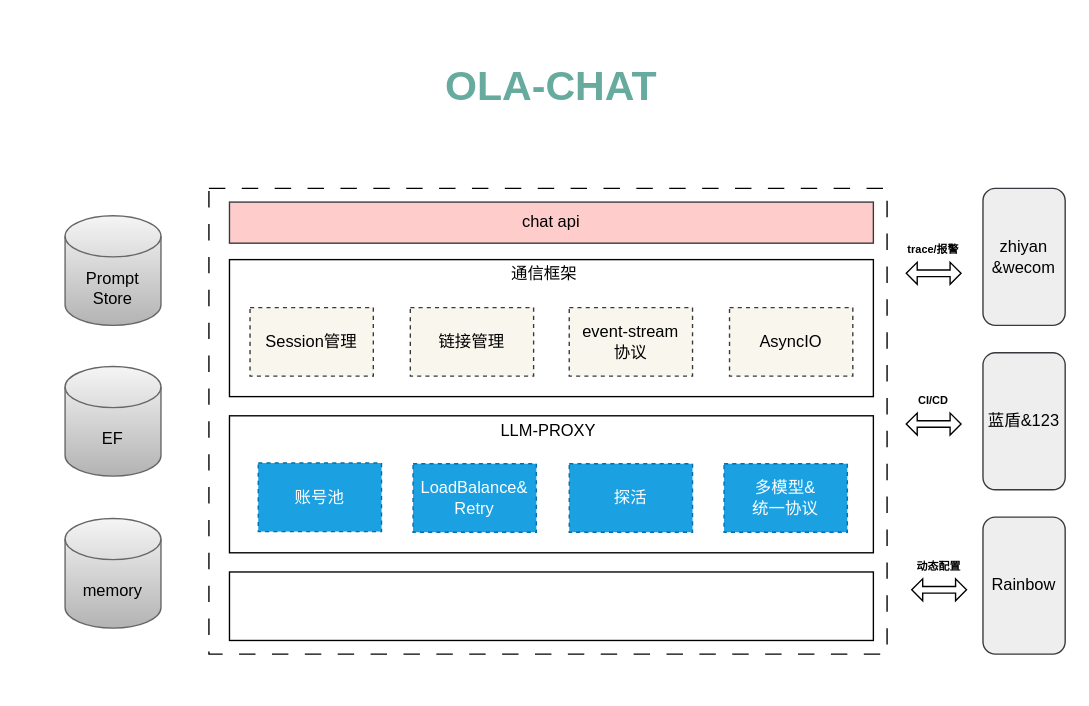
Above: ola_chat_infra.drawio in learn2Pro/draw_io_save (draw.io), before the change. Source tidied: cells renumbered, new cells numbered last; positions are measured from the earlier drawing's top-left corner, leaving out a move shared by most shapes. Both pictures are drawn from the tidied source at 137%, with x=0, y=0 at pixel (64, 23). Pictures stored in the file or linked from it are replaced by grey dashed boxes.
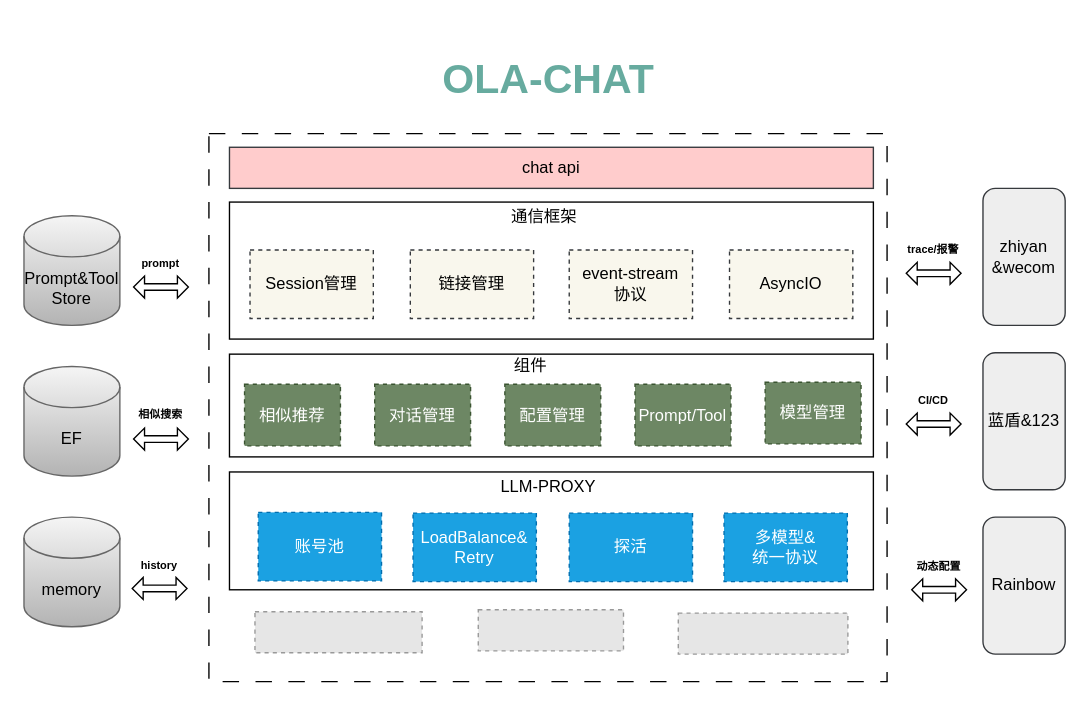
The same page after the edit.

The edit, as a diff of the source:
```diff
@@
     <mxCell id="2" style="rounded=0;whiteSpace=wrap;html=1;fillColor=none;dashed=1;dashPattern=12 12;" parent="1" vertex="1">
-      <mxGeometry x="105" y="120" width="495" height="340" as="geometry" />
+      <mxGeometry x="105" y="80" width="495" height="400" as="geometry" />
     </mxCell>
     <mxCell id="3" value="chat api" style="rounded=0;whiteSpace=wrap;html=1;fillColor=#ffcccc;strokeColor=#36393d;" parent="1" vertex="1">
-      <mxGeometry x="120" y="130" width="470" height="30" as="geometry" />
+      <mxGeometry x="120" y="90" width="470" height="30" as="geometry" />
     </mxCell>
     <mxCell id="4" value="&lt;b style=&quot;font-size: 30px;&quot;&gt;OLA-CHAT&lt;/b&gt;" style="text;html=1;strokeColor=none;fillColor=none;align=center;verticalAlign=middle;whiteSpace=wrap;rounded=0;fontSize=30;fontColor=#67AB9F;" parent="1" vertex="1">
-      <mxGeometry x="170" width="370" height="90" as="geometry" />
+      <mxGeometry x="167.5" y="10" width="370" height="60" as="geometry" />
     </mxCell>
@@
-    <mxCell id="7" style="rounded=0;whiteSpace=wrap;html=1;" parent="1" vertex="1">
-      <mxGeometry x="120" y="400" width="470" height="50" as="geometry" />
-    </mxCell>
     <mxCell id="8" value="memory" style="shape=cylinder3;whiteSpace=wrap;html=1;boundedLbl=1;backgroundOutline=1;size=15;fillColor=#f5f5f5;gradientColor=#b3b3b3;strokeColor=#666666;" parent="1" vertex="1">
-      <mxGeometry y="361" width="70" height="80" as="geometry" />
+      <mxGeometry x="-30" y="360" width="70" height="80" as="geometry" />
     </mxCell>
     <mxCell id="9" value="EF" style="shape=cylinder3;whiteSpace=wrap;html=1;boundedLbl=1;backgroundOutline=1;size=15;fillColor=#f5f5f5;gradientColor=#b3b3b3;strokeColor=#666666;" parent="1" vertex="1">
-      <mxGeometry y="250" width="70" height="80" as="geometry" />
+      <mxGeometry x="-30" y="250" width="70" height="80" as="geometry" />
     </mxCell>
-    <mxCell id="10" value="Prompt&lt;br&gt;Store" style="shape=cylinder3;whiteSpace=wrap;html=1;boundedLbl=1;backgroundOutline=1;size=15;fillColor=#f5f5f5;gradientColor=#b3b3b3;strokeColor=#666666;" parent="1" vertex="1">
-      <mxGeometry y="140" width="70" height="80" as="geometry" />
+    <mxCell id="10" value="Prompt&amp;amp;Tool&lt;br&gt;Store" style="shape=cylinder3;whiteSpace=wrap;html=1;boundedLbl=1;backgroundOutline=1;size=15;fillColor=#f5f5f5;gradientColor=#b3b3b3;strokeColor=#666666;" parent="1" vertex="1">
+      <mxGeometry x="-30" y="140" width="70" height="80" as="geometry" />
     </mxCell>
@@
     <mxCell id="23" style="group;" parent="1" vertex="1">
-      <mxGeometry x="120" y="172" width="470" height="100" as="geometry" />
+      <mxGeometry x="120" y="130" width="470" height="100" as="geometry" />
     </mxCell>
@@
     <mxCell id="30" style="group;" parent="1" vertex="1">
-      <mxGeometry x="120" y="282" width="470" height="104" as="geometry" />
+      <mxGeometry x="120" y="323" width="470" height="104" as="geometry" />
     </mxCell>
     <mxCell id="31" style="rounded=0;whiteSpace=wrap;html=1;" parent="30" vertex="1">
-      <mxGeometry y="4" width="470" height="100" as="geometry" />
+      <mxGeometry y="4" width="470" height="86" as="geometry" />
     </mxCell>
@@
     <mxCell id="33" value="账号池" style="rounded=0;whiteSpace=wrap;html=1;fillColor=#1ba1e2;strokeColor=#006EAF;dashed=1;fontColor=#ffffff;" parent="30" vertex="1">
-      <mxGeometry x="21" y="38.5" width="90" height="50" as="geometry" />
+      <mxGeometry x="21" y="33.5" width="90" height="50" as="geometry" />
     </mxCell>
     <mxCell id="34" value="LoadBalance&amp;amp;&lt;br&gt;Retry" style="rounded=0;whiteSpace=wrap;html=1;fillColor=#1ba1e2;strokeColor=#006EAF;dashed=1;fontColor=#ffffff;" parent="30" vertex="1">
-      <mxGeometry x="134" y="39" width="90" height="50" as="geometry" />
+      <mxGeometry x="134" y="34" width="90" height="50" as="geometry" />
     </mxCell>
     <mxCell id="35" value="探活" style="rounded=0;whiteSpace=wrap;html=1;fillColor=#1ba1e2;strokeColor=#006EAF;dashed=1;fontColor=#ffffff;" parent="30" vertex="1">
-      <mxGeometry x="248" y="39" width="90" height="50" as="geometry" />
+      <mxGeometry x="248" y="34" width="90" height="50" as="geometry" />
     </mxCell>
     <mxCell id="36" value="多模型&amp;amp;&lt;br&gt;统一协议" style="rounded=0;whiteSpace=wrap;html=1;fillColor=#1ba1e2;strokeColor=#006EAF;dashed=1;fontColor=#ffffff;" parent="30" vertex="1">
-      <mxGeometry x="361" y="39" width="90" height="50" as="geometry" />
+      <mxGeometry x="361" y="34" width="90" height="50" as="geometry" />
     </mxCell>
+    <mxCell id="37" style="group;" parent="1" vertex="1">
+      <mxGeometry x="40" y="160" width="60" height="40" as="geometry" />
+    </mxCell>
+    <mxCell id="38" value="&lt;b&gt;prompt&lt;/b&gt;" style="text;html=1;strokeColor=none;fillColor=none;align=center;verticalAlign=middle;whiteSpace=wrap;rounded=0;fontSize=8;" parent="37" vertex="1">
+      <mxGeometry width="60" height="30" as="geometry" />
+    </mxCell>
+    <mxCell id="39" style="shape=doubleArrow;whiteSpace=wrap;html=1;" parent="37" vertex="1">
+      <mxGeometry x="10" y="24" width="40" height="16" as="geometry" />
+    </mxCell>
+    <mxCell id="40" style="group;" parent="1" vertex="1">
+      <mxGeometry x="40" y="270" width="60" height="40" as="geometry" />
+    </mxCell>
+    <mxCell id="41" value="&lt;b&gt;相似搜索&lt;/b&gt;" style="text;html=1;strokeColor=none;fillColor=none;align=center;verticalAlign=middle;whiteSpace=wrap;rounded=0;fontSize=8;" parent="40" vertex="1">
+      <mxGeometry width="60" height="30" as="geometry" />
+    </mxCell>
+    <mxCell id="42" style="shape=doubleArrow;whiteSpace=wrap;html=1;" parent="40" vertex="1">
+      <mxGeometry x="10" y="25" width="40" height="16" as="geometry" />
+    </mxCell>
+    <mxCell id="43" style="group;" parent="1" vertex="1">
+      <mxGeometry x="39" y="380" width="60" height="40" as="geometry" />
+    </mxCell>
+    <mxCell id="44" value="&lt;b&gt;history&lt;/b&gt;" style="text;html=1;strokeColor=none;fillColor=none;align=center;verticalAlign=middle;whiteSpace=wrap;rounded=0;fontSize=8;" parent="43" vertex="1">
+      <mxGeometry width="60" height="30" as="geometry" />
+    </mxCell>
+    <mxCell id="45" style="shape=doubleArrow;whiteSpace=wrap;html=1;" parent="43" vertex="1">
+      <mxGeometry x="10" y="24" width="40" height="16" as="geometry" />
+    </mxCell>
+    <mxCell id="46" style="group;" parent="1" vertex="1">
+      <mxGeometry x="138.6" y="427.6" width="432.8" height="32.4" as="geometry" />
+    </mxCell>
+    <mxCell id="47" style="fillColor=#E6E6E6;strokeColor=#999999;dashed=1;verticalLabelPosition=bottom;labelBackgroundColor=default;verticalAlign=top;" parent="46" vertex="1">
+      <mxGeometry x="163" width="106" height="30" as="geometry" />
+    </mxCell>
+    <mxCell id="48" style="fillColor=#E6E6E6;strokeColor=#999999;dashed=1;verticalLabelPosition=bottom;labelBackgroundColor=default;verticalAlign=top;" parent="46" vertex="1">
+      <mxGeometry y="1.4" width="122" height="30" as="geometry" />
+    </mxCell>
+    <mxCell id="49" style="fillColor=#E6E6E6;strokeColor=#999999;dashed=1;verticalLabelPosition=bottom;labelBackgroundColor=default;verticalAlign=top;" parent="46" vertex="1">
+      <mxGeometry x="309" y="2.4" width="123.8" height="30" as="geometry" />
+    </mxCell>
+    <mxCell id="50" style="rounded=0;whiteSpace=wrap;html=1;" parent="1" vertex="1">
+      <mxGeometry x="120" y="241" width="470" height="75" as="geometry" />
+    </mxCell>
+    <mxCell id="51" value="组件" style="text;html=1;strokeColor=none;fillColor=none;align=center;verticalAlign=middle;whiteSpace=wrap;rounded=0;" parent="1" vertex="1">
+      <mxGeometry x="310" y="235" width="60" height="30" as="geometry" />
+    </mxCell>
+    <mxCell id="52" value="相似推荐" style="rounded=0;whiteSpace=wrap;html=1;fillColor=#6d8764;strokeColor=#3A5431;dashed=1;fontColor=#ffffff;" parent="1" vertex="1">
+      <mxGeometry x="131" y="263" width="70" height="45" as="geometry" />
+    </mxCell>
+    <mxCell id="53" value="对话管理" style="rounded=0;whiteSpace=wrap;html=1;fillColor=#6d8764;strokeColor=#3A5431;dashed=1;fontColor=#ffffff;" parent="1" vertex="1">
+      <mxGeometry x="226" y="263" width="70" height="45" as="geometry" />
+    </mxCell>
+    <mxCell id="54" value="配置管理" style="rounded=0;whiteSpace=wrap;html=1;fillColor=#6d8764;strokeColor=#3A5431;dashed=1;fontColor=#ffffff;" parent="1" vertex="1">
+      <mxGeometry x="321" y="263" width="70" height="45" as="geometry" />
+    </mxCell>
+    <mxCell id="55" value="Prompt/Tool" style="rounded=0;whiteSpace=wrap;html=1;fillColor=#6d8764;strokeColor=#3A5431;dashed=1;fontColor=#ffffff;" parent="1" vertex="1">
+      <mxGeometry x="416" y="263" width="70" height="45" as="geometry" />
+    </mxCell>
+    <mxCell id="56" value="模型管理" style="rounded=0;whiteSpace=wrap;html=1;fillColor=#6d8764;strokeColor=#3A5431;dashed=1;fontColor=#ffffff;" parent="1" vertex="1">
+      <mxGeometry x="511" y="261.5" width="70" height="45" as="geometry" />
+    </mxCell>
```
